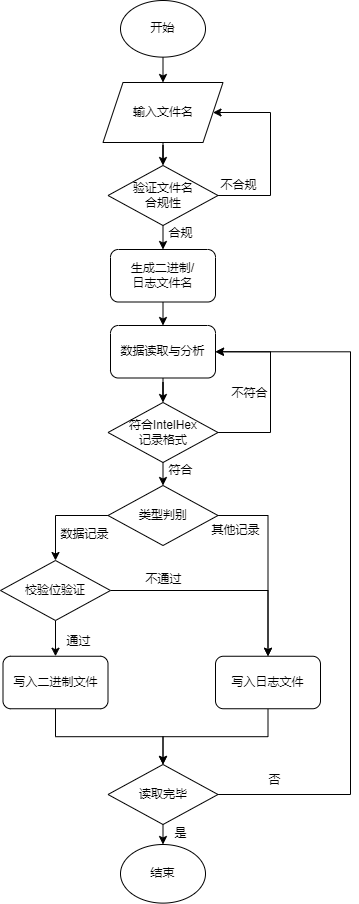
wangziyang123456/tep keeps this draw.io diagram as work2.png. Above is the earlier version. Source tidied: cells renumbered, new cells last; positions are measured from the earlier drawing's top-left corner, leaving out a move shared by most shapes.
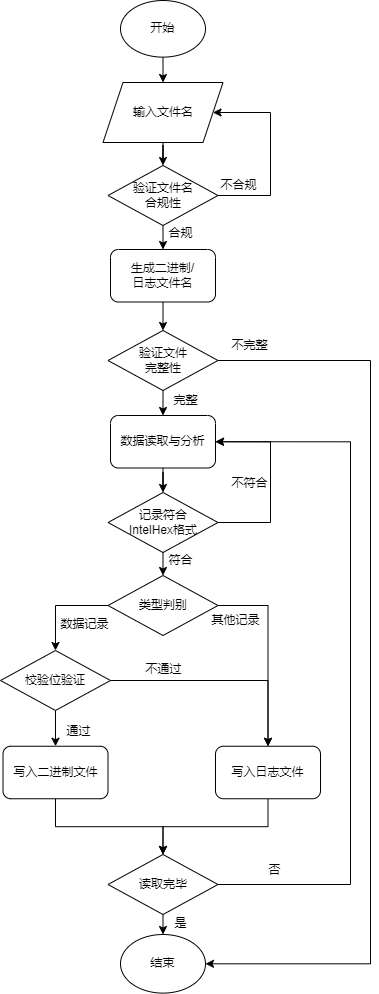
The same diagram one commit later.

Change to the diagram source:
```diff
@@ -5,23 +5,25 @@
     <mxCell id="2" style="group;" parent="1" vertex="1">
       <mxGeometry width="350" height="902.6" as="geometry" />
     </mxCell>
-    <mxCell id="3" style="edgeStyle=orthogonalEdgeStyle;rounded=0;jettySize=auto;html=1;exitX=0.5;exitY=1;exitDx=0;exitDy=0;entryX=0.5;entryY=0;entryDx=0;entryDy=0;" parent="2" edge="1" source="4" target="13">
-      <mxGeometry relative="1" as="geometry" />
-    </mxCell>
+    <mxCell id="41" style="edgeStyle=orthogonalEdgeStyle;rounded=0;jettySize=auto;html=1;entryX=0.5;entryY=0;entryDx=0;entryDy=0;" parent="2" edge="1" source="4">
+      <mxGeometry relative="1" as="geometry">
+        <mxPoint x="162.5" y="240" as="targetPoint" />
+      </mxGeometry>
+    </mxCell>
     <mxCell id="4" value="生成二进制/&lt;div&gt;日志文件名&lt;/div&gt;" style="rounded=1;whiteSpace=wrap;html=1;flipV=1;" parent="2" vertex="1">
-      <mxGeometry x="110" y="249" width="105" height="52.5" as="geometry" />
+      <mxGeometry x="110" y="159" width="105" height="52.5" as="geometry" />
     </mxCell>
     <mxCell id="5" style="edgeStyle=orthogonalEdgeStyle;rounded=0;jettySize=auto;html=1;exitX=0.5;exitY=1;exitDx=0;exitDy=0;entryX=0.5;entryY=0;entryDx=0;entryDy=0;" parent="2" edge="1" source="6" target="8">
       <mxGeometry relative="1" as="geometry" />
     </mxCell>
     <mxCell id="6" value="开始" style="ellipse;whiteSpace=wrap;html=1;flipV=0;" parent="2" vertex="1">
-      <mxGeometry x="120" width="85" height="56.6" as="geometry" />
+      <mxGeometry x="120" y="-90" width="85" height="56.6" as="geometry" />
     </mxCell>
     <mxCell id="7" style="edgeStyle=orthogonalEdgeStyle;rounded=0;jettySize=auto;html=1;" parent="2" edge="1" source="8" target="11">
       <mxGeometry relative="1" as="geometry" />
     </mxCell>
     <mxCell id="8" value="输入文件名" style="shape=parallelogram;perimeter=parallelogramPerimeter;whiteSpace=wrap;html=1;fixedSize=1;flipV=0;" parent="2" vertex="1">
-      <mxGeometry x="102.5" y="82" width="120" height="60" as="geometry" />
+      <mxGeometry x="102.5" y="-8" width="120" height="60" as="geometry" />
     </mxCell>
     <mxCell id="9" style="edgeStyle=orthogonalEdgeStyle;rounded=0;jettySize=auto;html=1;exitX=0.5;exitY=1;exitDx=0;exitDy=0;entryX=0.5;entryY=0;entryDx=0;entryDy=0;" parent="2" edge="1" source="11" target="4">
       <mxGeometry relative="1" as="geometry" />
@@ -29,13 +31,13 @@
     <mxCell id="10" style="edgeStyle=orthogonalEdgeStyle;rounded=0;jettySize=auto;html=1;exitX=1;exitY=0.5;exitDx=0;exitDy=0;entryX=1;entryY=0.5;entryDx=0;entryDy=0;" parent="2" edge="1" source="11" target="8">
       <mxGeometry relative="1" as="geometry">
         <Array as="points">
-          <mxPoint x="270" y="195" />
-          <mxPoint x="270" y="112" />
+          <mxPoint x="270" y="105" />
+          <mxPoint x="270" y="22" />
         </Array>
       </mxGeometry>
     </mxCell>
     <mxCell id="11" value="验证文件名&lt;div&gt;合规性&lt;/div&gt;" style="rhombus;whiteSpace=wrap;html=1;flipV=0;" parent="2" vertex="1">
-      <mxGeometry x="107.5" y="165" width="110" height="60" as="geometry" />
+      <mxGeometry x="107.5" y="75" width="110" height="60" as="geometry" />
     </mxCell>
     <mxCell id="12" style="edgeStyle=orthogonalEdgeStyle;rounded=0;jettySize=auto;html=1;entryX=0.5;entryY=0;entryDx=0;entryDy=0;" parent="2" edge="1" source="13" target="16">
       <mxGeometry relative="1" as="geometry" />
@@ -56,17 +58,17 @@
         </Array>
       </mxGeometry>
     </mxCell>
-    <mxCell id="16" value="符合IntelHex&lt;div&gt;记录格式&lt;/div&gt;" style="rhombus;whiteSpace=wrap;html=1;flipV=1;" parent="2" vertex="1">
+    <mxCell id="16" value="记录符合&lt;div&gt;IntelHex&lt;span style=&quot;background-color: initial;&quot;&gt;格式&lt;/span&gt;&lt;/div&gt;" style="rhombus;whiteSpace=wrap;html=1;flipV=1;" parent="2" vertex="1">
       <mxGeometry x="107.5" y="402" width="110" height="60" as="geometry" />
     </mxCell>
     <mxCell id="17" value="结束" style="ellipse;whiteSpace=wrap;html=1;" parent="2" vertex="1">
       <mxGeometry x="120" y="844" width="85" height="58.6" as="geometry" />
     </mxCell>
     <mxCell id="18" value="合规" style="text;html=1;align=center;verticalAlign=middle;strokeColor=none;fillColor=none;" parent="2" vertex="1">
-      <mxGeometry x="155" y="218" width="50" height="30" as="geometry" />
+      <mxGeometry x="155" y="128" width="50" height="30" as="geometry" />
     </mxCell>
     <mxCell id="19" value="不合规" style="text;html=1;align=center;verticalAlign=middle;strokeColor=none;fillColor=none;" parent="2" vertex="1">
-      <mxGeometry x="208" y="170" width="60" height="30" as="geometry" />
+      <mxGeometry x="208" y="80" width="60" height="30" as="geometry" />
     </mxCell>
     <mxCell id="20" value="不符合" style="text;html=1;align=center;verticalAlign=middle;strokeColor=none;fillColor=none;" parent="2" vertex="1">
       <mxGeometry x="219" y="377.5" width="60" height="30" as="geometry" />
@@ -136,5 +138,25 @@
     <mxCell id="40" value="否" style="text;html=1;align=center;verticalAlign=middle;strokeColor=none;fillColor=none;" parent="2" vertex="1">
       <mxGeometry x="254" y="765" width="40" height="30" as="geometry" />
     </mxCell>
+    <mxCell id="42" style="edgeStyle=orthogonalEdgeStyle;rounded=0;jettySize=auto;html=1;exitX=0.5;exitY=1;exitDx=0;exitDy=0;entryX=0.5;entryY=0;entryDx=0;entryDy=0;" parent="2" edge="1" source="44" target="13">
+      <mxGeometry relative="1" as="geometry" />
+    </mxCell>
+    <mxCell id="43" style="edgeStyle=orthogonalEdgeStyle;rounded=0;jettySize=auto;html=1;exitX=1;exitY=0.5;exitDx=0;exitDy=0;entryX=1;entryY=0.5;entryDx=0;entryDy=0;" parent="2" edge="1" source="44" target="17">
+      <mxGeometry relative="1" as="geometry">
+        <Array as="points">
+          <mxPoint x="370" y="270" />
+          <mxPoint x="370" y="873" />
+        </Array>
+      </mxGeometry>
+    </mxCell>
+    <mxCell id="44" value="验证文件&lt;div&gt;完整性&lt;/div&gt;" style="rhombus;whiteSpace=wrap;html=1;flipV=0;" parent="2" vertex="1">
+      <mxGeometry x="107.5" y="240" width="110" height="60" as="geometry" />
+    </mxCell>
+    <mxCell id="45" value="完整" style="text;html=1;align=center;verticalAlign=middle;strokeColor=none;fillColor=none;" parent="2" vertex="1">
+      <mxGeometry x="160" y="295" width="50" height="30" as="geometry" />
+    </mxCell>
+    <mxCell id="46" value="不完整" style="text;html=1;align=center;verticalAlign=middle;strokeColor=none;fillColor=none;" parent="2" vertex="1">
+      <mxGeometry x="219" y="240" width="60" height="30" as="geometry" />
+    </mxCell>
   </root>
 </mxGraphModel>
```
